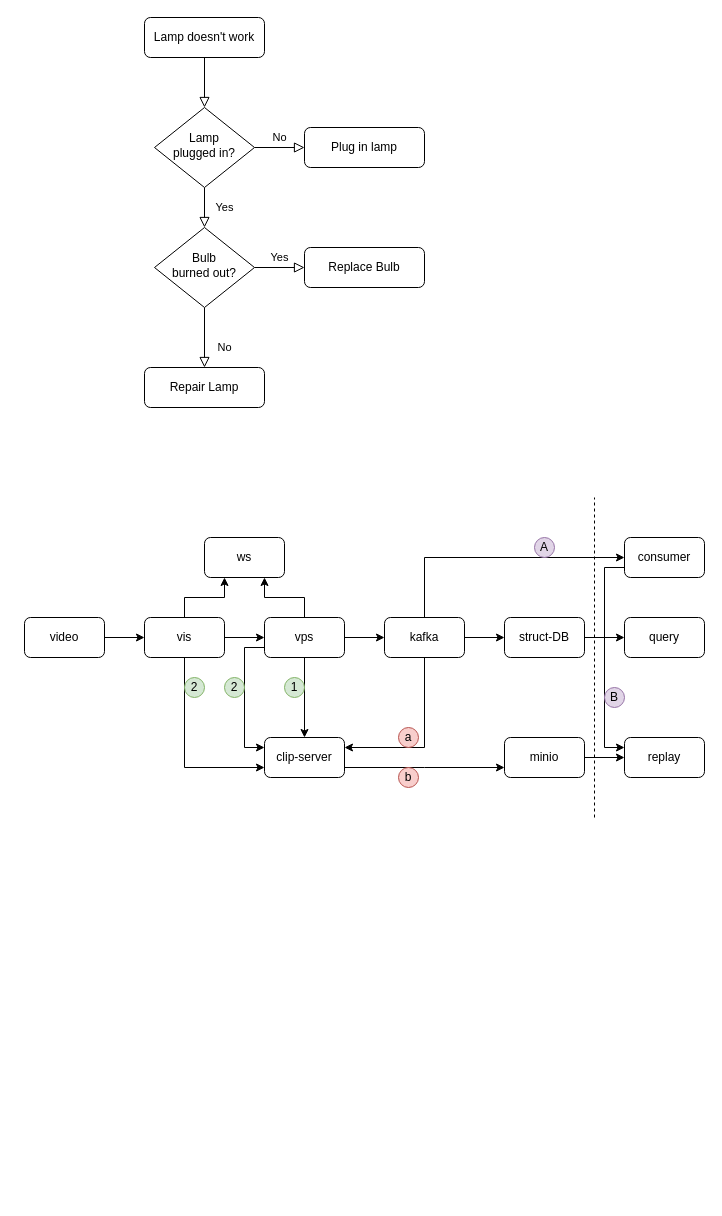
Above: video-clip.drawio in hashstone/deploy_shell (draw.io), before the change. Source tidied: cells renumbered, new cells numbered last; positions are measured from the earlier drawing's top-left corner, leaving out a move shared by most shapes. Both pictures are drawn from the tidied source at 100%, with x=0, y=0 at pixel (24, 17).
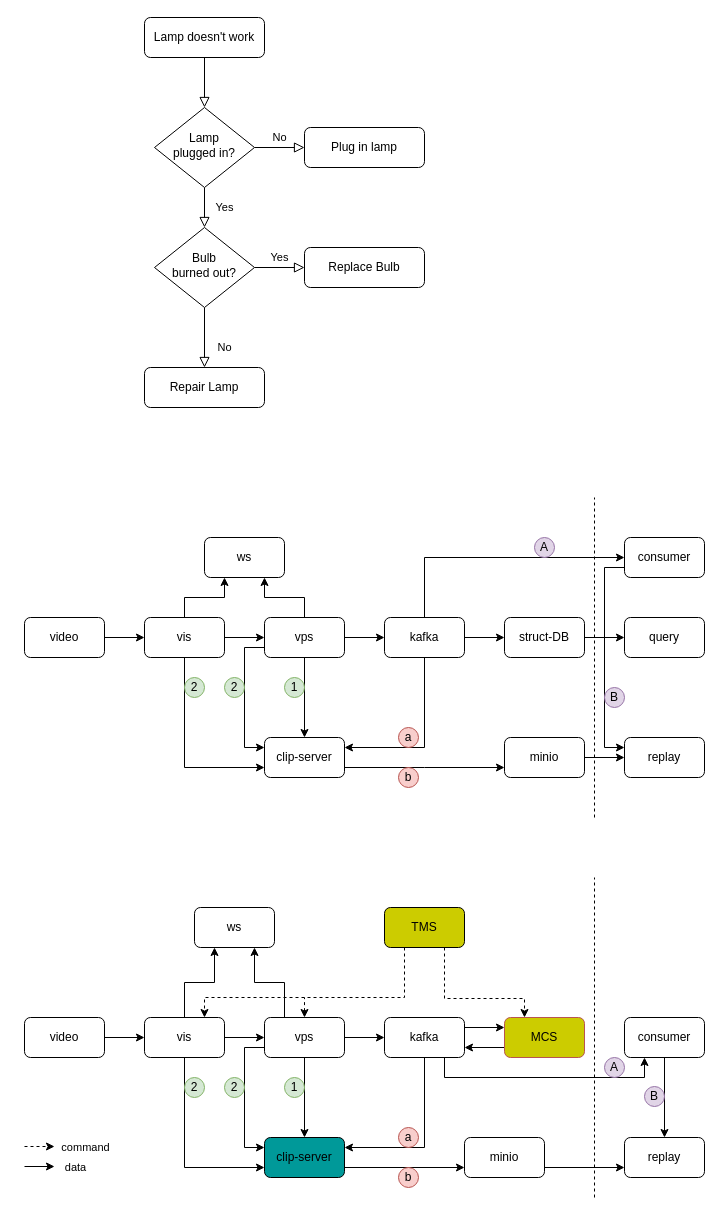
The same page after the edit.

What changed in the source:
```diff
@@
+    <mxCell id="47" style="group;" parent="1" vertex="1">
+      <mxGeometry y="840" width="680" height="330" as="geometry" />
+    </mxCell>
+    <mxCell id="48" style="group;" parent="47" vertex="1">
+      <mxGeometry y="50" width="680" height="280" as="geometry" />
+    </mxCell>
+    <mxCell id="49" style="group;" parent="48" vertex="1">
+      <mxGeometry y="30" width="680" height="250" as="geometry" />
+    </mxCell>
+    <mxCell id="50" value="video" style="rounded=1;whiteSpace=wrap;html=1;" parent="49" vertex="1">
+      <mxGeometry y="80" width="80" height="40" as="geometry" />
+    </mxCell>
+    <mxCell id="51" value="vis" style="rounded=1;whiteSpace=wrap;html=1;" parent="49" vertex="1">
+      <mxGeometry x="120" y="80" width="80" height="40" as="geometry" />
+    </mxCell>
+    <mxCell id="52" style="edgeStyle=orthogonalEdgeStyle;rounded=0;jettySize=auto;html=1;" parent="49" edge="1" source="50" target="51">
+      <mxGeometry relative="1" as="geometry" />
+    </mxCell>
+    <mxCell id="53" value="vps" style="rounded=1;whiteSpace=wrap;html=1;" parent="49" vertex="1">
+      <mxGeometry x="240" y="80" width="80" height="40" as="geometry" />
+    </mxCell>
+    <mxCell id="54" style="edgeStyle=orthogonalEdgeStyle;rounded=0;jettySize=auto;html=1;" parent="49" edge="1" source="51" target="53">
+      <mxGeometry relative="1" as="geometry" />
+    </mxCell>
+    <mxCell id="55" style="edgeStyle=orthogonalEdgeStyle;rounded=0;jettySize=auto;html=1;exitX=1;exitY=0.25;exitDx=0;exitDy=0;entryX=0;entryY=0.25;entryDx=0;entryDy=0;startArrow=none;startFill=0;endArrow=classic;endFill=1;" parent="49" edge="1" source="57" target="77">
+      <mxGeometry relative="1" as="geometry" />
+    </mxCell>
+    <mxCell id="56" style="edgeStyle=orthogonalEdgeStyle;rounded=0;jettySize=auto;html=1;exitX=0.75;exitY=1;exitDx=0;exitDy=0;entryX=0.25;entryY=1;entryDx=0;entryDy=0;startArrow=none;startFill=0;endArrow=classic;endFill=1;" parent="49" edge="1" source="57" target="67">
+      <mxGeometry relative="1" as="geometry" />
+    </mxCell>
+    <mxCell id="57" value="kafka" style="rounded=1;whiteSpace=wrap;html=1;" parent="49" vertex="1">
+      <mxGeometry x="360" y="80" width="80" height="40" as="geometry" />
+    </mxCell>
+    <mxCell id="58" style="edgeStyle=orthogonalEdgeStyle;rounded=0;jettySize=auto;html=1;" parent="49" edge="1" source="53" target="57">
+      <mxGeometry relative="1" as="geometry" />
+    </mxCell>
+    <mxCell id="59" style="edgeStyle=orthogonalEdgeStyle;rounded=0;jettySize=auto;html=1;exitX=1;exitY=0.75;exitDx=0;exitDy=0;entryX=0;entryY=0.75;entryDx=0;entryDy=0;" parent="49" edge="1" source="60" target="65">
+      <mxGeometry relative="1" as="geometry" />
+    </mxCell>
+    <mxCell id="60" value="clip-server" style="rounded=1;whiteSpace=wrap;html=1;fillColor=#009999;" parent="49" vertex="1">
+      <mxGeometry x="240" y="200" width="80" height="40" as="geometry" />
+    </mxCell>
+    <mxCell id="61" style="edgeStyle=orthogonalEdgeStyle;rounded=0;jettySize=auto;html=1;exitX=0.5;exitY=1;exitDx=0;exitDy=0;entryX=0;entryY=0.75;entryDx=0;entryDy=0;" parent="49" edge="1" source="51" target="60">
+      <mxGeometry relative="1" as="geometry" />
+    </mxCell>
+    <mxCell id="62" style="edgeStyle=orthogonalEdgeStyle;rounded=0;jettySize=auto;html=1;exitX=0;exitY=0.75;exitDx=0;exitDy=0;entryX=0;entryY=0.25;entryDx=0;entryDy=0;" parent="49" edge="1" source="53" target="60">
+      <mxGeometry relative="1" as="geometry" />
+    </mxCell>
+    <mxCell id="63" style="edgeStyle=orthogonalEdgeStyle;rounded=0;jettySize=auto;html=1;" parent="49" edge="1" source="53" target="60">
+      <mxGeometry relative="1" as="geometry" />
+    </mxCell>
+    <mxCell id="64" style="edgeStyle=orthogonalEdgeStyle;rounded=0;jettySize=auto;html=1;exitX=0.5;exitY=1;exitDx=0;exitDy=0;entryX=1;entryY=0.25;entryDx=0;entryDy=0;" parent="49" edge="1" source="57" target="60">
+      <mxGeometry relative="1" as="geometry" />
+    </mxCell>
+    <mxCell id="65" value="minio" style="rounded=1;whiteSpace=wrap;html=1;" parent="49" vertex="1">
+      <mxGeometry x="440" y="200" width="80" height="40" as="geometry" />
+    </mxCell>
+    <mxCell id="66" style="edgeStyle=orthogonalEdgeStyle;rounded=0;jettySize=auto;html=1;entryX=0.5;entryY=0;entryDx=0;entryDy=0;startArrow=none;startFill=0;endArrow=classic;endFill=1;" parent="49" edge="1" source="67" target="68">
+      <mxGeometry relative="1" as="geometry" />
+    </mxCell>
+    <mxCell id="67" value="consumer" style="rounded=1;whiteSpace=wrap;html=1;" parent="49" vertex="1">
+      <mxGeometry x="600" y="80" width="80" height="40" as="geometry" />
+    </mxCell>
+    <mxCell id="68" value="replay" style="rounded=1;whiteSpace=wrap;html=1;" parent="49" vertex="1">
+      <mxGeometry x="600" y="200" width="80" height="40" as="geometry" />
+    </mxCell>
+    <mxCell id="69" style="edgeStyle=orthogonalEdgeStyle;rounded=0;jettySize=auto;html=1;exitX=1;exitY=0.75;exitDx=0;exitDy=0;entryX=0;entryY=0.75;entryDx=0;entryDy=0;" parent="49" edge="1" source="65" target="68">
+      <mxGeometry relative="1" as="geometry" />
+    </mxCell>
+    <mxCell id="70" value="1" style="ellipse;whiteSpace=wrap;html=1;fillColor=#d5e8d4;strokeColor=#82b366;" parent="49" vertex="1">
+      <mxGeometry x="260" y="140" width="20" height="20" as="geometry" />
+    </mxCell>
+    <mxCell id="71" value="2" style="ellipse;whiteSpace=wrap;html=1;fillColor=#d5e8d4;strokeColor=#82b366;" parent="49" vertex="1">
+      <mxGeometry x="160" y="140" width="20" height="20" as="geometry" />
+    </mxCell>
+    <mxCell id="72" value="a" style="ellipse;whiteSpace=wrap;html=1;fillColor=#f8cecc;strokeColor=#b85450;" parent="49" vertex="1">
+      <mxGeometry x="374" y="190" width="20" height="20" as="geometry" />
+    </mxCell>
+    <mxCell id="73" value="b" style="ellipse;whiteSpace=wrap;html=1;fillColor=#f8cecc;strokeColor=#b85450;" parent="49" vertex="1">
+      <mxGeometry x="374" y="230" width="20" height="20" as="geometry" />
+    </mxCell>
+    <mxCell id="74" value="2" style="ellipse;whiteSpace=wrap;html=1;fillColor=#d5e8d4;strokeColor=#82b366;" parent="49" vertex="1">
+      <mxGeometry x="200" y="140" width="20" height="20" as="geometry" />
+    </mxCell>
+    <mxCell id="75" value="B" style="ellipse;whiteSpace=wrap;html=1;fillColor=#e1d5e7;strokeColor=#9673a6;" parent="49" vertex="1">
+      <mxGeometry x="620" y="149" width="20" height="20" as="geometry" />
+    </mxCell>
+    <mxCell id="76" style="edgeStyle=orthogonalEdgeStyle;rounded=0;jettySize=auto;html=1;exitX=0;exitY=0.75;exitDx=0;exitDy=0;entryX=1;entryY=0.75;entryDx=0;entryDy=0;startArrow=none;startFill=0;endArrow=classic;endFill=1;" parent="49" edge="1" source="77" target="57">
+      <mxGeometry relative="1" as="geometry" />
+    </mxCell>
+    <mxCell id="77" value="MCS" style="rounded=1;whiteSpace=wrap;html=1;strokeColor=#b85450;fillColor=#CCCC00;" parent="49" vertex="1">
+      <mxGeometry x="480" y="80" width="80" height="40" as="geometry" />
+    </mxCell>
+    <mxCell id="78" style="endArrow=none;dashed=1;html=1;" parent="49" edge="1">
+      <mxGeometry relative="1" as="geometry">
+        <mxPoint x="570" y="260" as="sourcePoint" />
+        <mxPoint x="570" y="-60" as="targetPoint" />
+      </mxGeometry>
+    </mxCell>
+    <mxCell id="79" value="A" style="ellipse;whiteSpace=wrap;html=1;fillColor=#e1d5e7;strokeColor=#9673a6;" parent="49" vertex="1">
+      <mxGeometry x="580" y="120" width="20" height="20" as="geometry" />
+    </mxCell>
+    <mxCell id="80" style="endArrow=classic;html=1;dashed=1;strokeWidth=1;" parent="49" edge="1">
+      <mxGeometry relative="1" as="geometry">
+        <mxPoint y="209" as="sourcePoint" />
+        <mxPoint x="30" y="209" as="targetPoint" />
+      </mxGeometry>
+    </mxCell>
+    <mxCell id="81" value="command" style="edgeLabel;html=1;align=center;verticalAlign=middle;" parent="80" vertex="1">
+      <mxGeometry x="0.47" y="3" relative="1" as="geometry">
+        <mxPoint x="38" y="3" as="offset" />
+      </mxGeometry>
+    </mxCell>
+    <mxCell id="82" value="data" style="edgeLabel;html=1;align=center;verticalAlign=middle;" parent="49" vertex="1">
+      <mxGeometry x="50" y="229" as="geometry" />
+    </mxCell>
+    <mxCell id="83" value="ws" style="rounded=1;whiteSpace=wrap;html=1;" parent="48" vertex="1">
+      <mxGeometry x="170" width="80" height="40" as="geometry" />
+    </mxCell>
+    <mxCell id="84" style="edgeStyle=orthogonalEdgeStyle;rounded=0;jettySize=auto;html=1;exitX=0.5;exitY=0;exitDx=0;exitDy=0;entryX=0.25;entryY=1;entryDx=0;entryDy=0;" parent="48" edge="1" source="51" target="83">
+      <mxGeometry relative="1" as="geometry" />
+    </mxCell>
+    <mxCell id="85" style="edgeStyle=orthogonalEdgeStyle;rounded=0;jettySize=auto;html=1;exitX=0.25;exitY=0;exitDx=0;exitDy=0;entryX=0.75;entryY=1;entryDx=0;entryDy=0;" parent="48" edge="1" source="53" target="83">
+      <mxGeometry relative="1" as="geometry" />
+    </mxCell>
+    <mxCell id="86" value="TMS" style="rounded=1;whiteSpace=wrap;html=1;fillColor=#CCCC00;" parent="48" vertex="1">
+      <mxGeometry x="360" width="80" height="40" as="geometry" />
+    </mxCell>
+    <mxCell id="87" style="edgeStyle=orthogonalEdgeStyle;rounded=0;jettySize=auto;html=1;exitX=0.75;exitY=1;exitDx=0;exitDy=0;entryX=0.25;entryY=0;entryDx=0;entryDy=0;dashed=1;" parent="48" edge="1" source="86" target="77">
+      <mxGeometry relative="1" as="geometry">
+        <Array as="points">
+          <mxPoint x="420" y="91" />
+          <mxPoint x="500" y="91" />
+        </Array>
+      </mxGeometry>
+    </mxCell>
+    <mxCell id="88" style="edgeStyle=orthogonalEdgeStyle;rounded=0;jettySize=auto;html=1;exitX=0.25;exitY=1;exitDx=0;exitDy=0;entryX=0.75;entryY=0;entryDx=0;entryDy=0;dashed=1;" parent="48" edge="1" source="86" target="51">
+      <mxGeometry relative="1" as="geometry">
+        <Array as="points">
+          <mxPoint x="380" y="90" />
+          <mxPoint x="180" y="90" />
+        </Array>
+      </mxGeometry>
+    </mxCell>
+    <mxCell id="89" style="edgeStyle=orthogonalEdgeStyle;rounded=0;jettySize=auto;html=1;exitX=0.5;exitY=0;exitDx=0;exitDy=0;endArrow=none;endFill=0;startArrow=classic;startFill=1;dashed=1;" parent="47" edge="1" source="53">
+      <mxGeometry relative="1" as="geometry">
+        <mxPoint x="280" y="140" as="targetPoint" />
+      </mxGeometry>
+    </mxCell>
+    <mxCell id="90" style="endArrow=classic;html=1;strokeColor=#000000;strokeWidth=1;" parent="1" edge="1">
+      <mxGeometry relative="1" as="geometry">
+        <mxPoint y="1149" as="sourcePoint" />
+        <mxPoint x="30" y="1149" as="targetPoint" />
+      </mxGeometry>
+    </mxCell>
```
